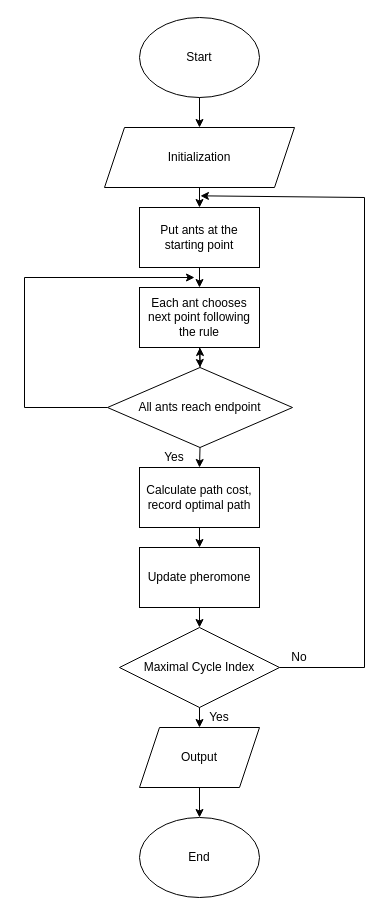
The draw.io diagram page "General ACO" (1 of 9) of Flowcharts/overall-program-flowchart.drawio in kshaji3/ACO-drone-firefighting, before the edit. Source tidied: cells renumbered, new cells numbered last; positions are measured from the earlier drawing's top-left corner, leaving out a move shared by most shapes. Both pictures are drawn from the tidied source at 100%, with x=0, y=0 at pixel (24, 17).
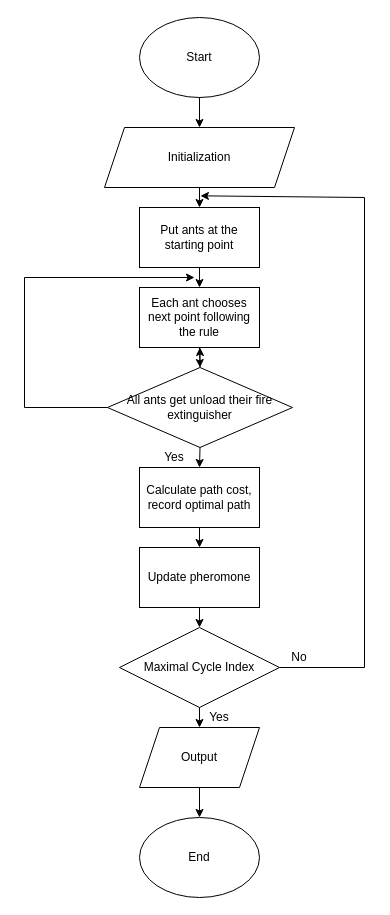
Above is the later version.

Diff of the diagram source:
```diff
@@
-    <mxCell id="6" value="All ants reach endpoint" style="rhombus;whiteSpace=wrap;html=1;" parent="1" vertex="1">
+    <mxCell id="6" value="All ants get unload their fire extinguisher" style="rhombus;whiteSpace=wrap;html=1;" parent="1" vertex="1">
       <mxGeometry x="83" y="350" width="185" height="80" as="geometry" />
     </mxCell>
```
